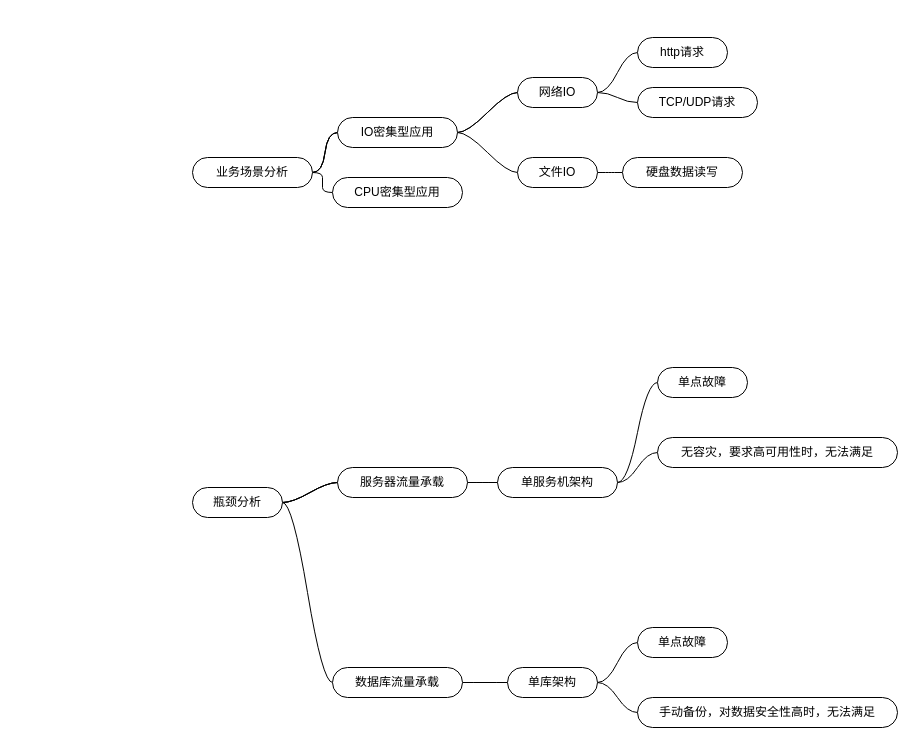
This is 数据表ER图.drawio from jeefs/mindGraph, a draw.io file, before an edit. Source tidied: cells renumbered, new cells numbered last; positions are measured from the earlier drawing's top-left corner, leaving out a move shared by most shapes. Both pictures are drawn from the tidied source at 100%, with x=0, y=0 at pixel (192, 37).
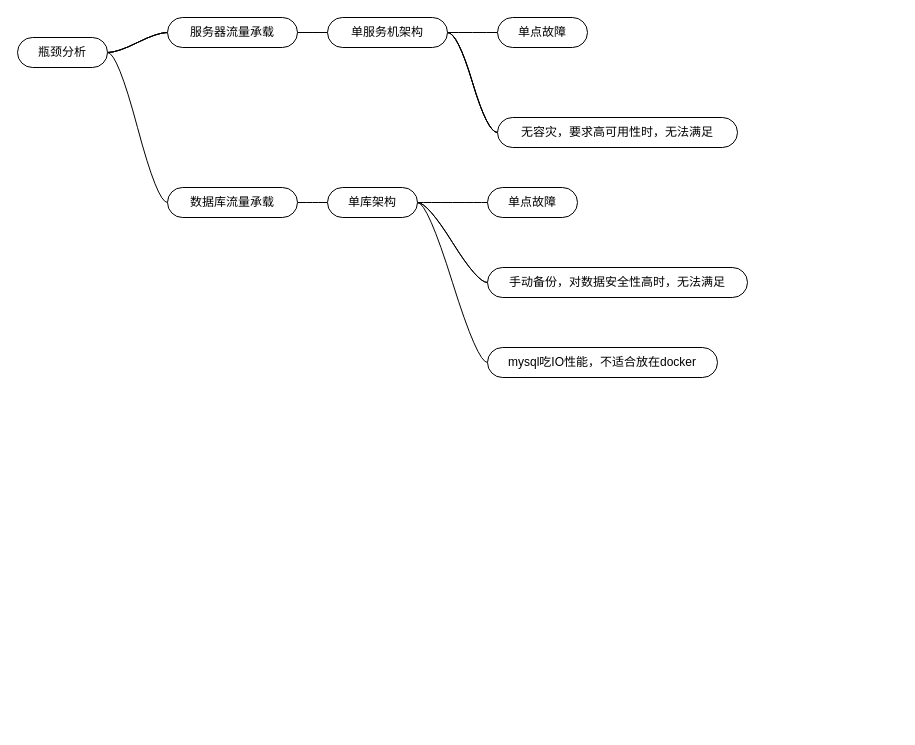
Above is the later version.

Commit message (it also covers changes not shown here):
更新数据表ER图.drawio

What changed in the source:
```diff
@@
-    <mxCell id="2" style="edgeStyle=entityRelationEdgeStyle;rounded=0;jettySize=auto;html=1;startArrow=none;endArrow=none;segment=10;curved=1;sourcePerimeterSpacing=0;targetPerimeterSpacing=0;" parent="1" edge="1" source="6" target="10">
-      <mxGeometry relative="1" as="geometry" />
-    </mxCell>
-    <mxCell id="3" style="edgeStyle=entityRelationEdgeStyle;rounded=0;jettySize=auto;html=1;startArrow=none;endArrow=none;segment=10;curved=1;sourcePerimeterSpacing=0;targetPerimeterSpacing=0;" parent="1" edge="1" source="6" target="10">
-      <mxGeometry relative="1" as="geometry" />
-    </mxCell>
-    <mxCell id="4" style="edgeStyle=entityRelationEdgeStyle;rounded=0;jettySize=auto;html=1;startArrow=none;endArrow=none;segment=10;curved=1;sourcePerimeterSpacing=0;targetPerimeterSpacing=0;" parent="1" edge="1" source="6" target="10">
-      <mxGeometry relative="1" as="geometry" />
-    </mxCell>
-    <mxCell id="5" style="edgeStyle=entityRelationEdgeStyle;rounded=0;jettySize=auto;html=1;startArrow=none;endArrow=none;segment=10;curved=1;sourcePerimeterSpacing=0;targetPerimeterSpacing=0;" parent="1" edge="1" source="6" target="11">
-      <mxGeometry relative="1" as="geometry" />
-    </mxCell>
-    <mxCell id="6" value="业务场景分析" style="whiteSpace=wrap;html=1;rounded=1;arcSize=50;align=center;verticalAlign=middle;strokeWidth=1;spacing=4;newEdgeStyle={&quot;edgeStyle&quot;:&quot;entityRelationEdgeStyle&quot;,&quot;startArrow&quot;:&quot;none&quot;,&quot;endArrow&quot;:&quot;none&quot;,&quot;segment&quot;:10,&quot;curved&quot;:1,&quot;sourcePerimeterSpacing&quot;:0,&quot;targetPerimeterSpacing&quot;:0};" parent="1" vertex="1">
-      <mxGeometry y="120" width="120" height="30" as="geometry" />
-    </mxCell>
-    <mxCell id="7" style="edgeStyle=entityRelationEdgeStyle;rounded=0;jettySize=auto;html=1;startArrow=none;endArrow=none;segment=10;curved=1;sourcePerimeterSpacing=0;targetPerimeterSpacing=0;" parent="1" edge="1" source="10" target="14">
-      <mxGeometry relative="1" as="geometry" />
-    </mxCell>
-    <mxCell id="8" style="edgeStyle=entityRelationEdgeStyle;rounded=0;jettySize=auto;html=1;startArrow=none;endArrow=none;segment=10;curved=1;sourcePerimeterSpacing=0;targetPerimeterSpacing=0;" parent="1" edge="1" source="10" target="14">
-      <mxGeometry relative="1" as="geometry" />
-    </mxCell>
-    <mxCell id="9" style="edgeStyle=entityRelationEdgeStyle;rounded=0;jettySize=auto;html=1;startArrow=none;endArrow=none;segment=10;curved=1;sourcePerimeterSpacing=0;targetPerimeterSpacing=0;" parent="1" edge="1" source="10" target="16">
-      <mxGeometry relative="1" as="geometry" />
-    </mxCell>
-    <mxCell id="10" value="IO密集型应用" style="whiteSpace=wrap;html=1;rounded=1;arcSize=50;align=center;verticalAlign=middle;strokeWidth=1;spacing=4;newEdgeStyle={&quot;edgeStyle&quot;:&quot;entityRelationEdgeStyle&quot;,&quot;startArrow&quot;:&quot;none&quot;,&quot;endArrow&quot;:&quot;none&quot;,&quot;segment&quot;:10,&quot;curved&quot;:1,&quot;sourcePerimeterSpacing&quot;:0,&quot;targetPerimeterSpacing&quot;:0};" parent="1" vertex="1">
-      <mxGeometry x="145" y="80" width="120" height="30" as="geometry" />
-    </mxCell>
-    <mxCell id="11" value="CPU密集型应用" style="whiteSpace=wrap;html=1;rounded=1;arcSize=50;align=center;verticalAlign=middle;strokeWidth=1;spacing=4;newEdgeStyle={&quot;edgeStyle&quot;:&quot;entityRelationEdgeStyle&quot;,&quot;startArrow&quot;:&quot;none&quot;,&quot;endArrow&quot;:&quot;none&quot;,&quot;segment&quot;:10,&quot;curved&quot;:1,&quot;sourcePerimeterSpacing&quot;:0,&quot;targetPerimeterSpacing&quot;:0};" parent="1" vertex="1">
-      <mxGeometry x="140" y="140" width="130" height="30" as="geometry" />
-    </mxCell>
-    <mxCell id="12" style="edgeStyle=entityRelationEdgeStyle;rounded=0;jettySize=auto;html=1;startArrow=none;endArrow=none;segment=10;curved=1;sourcePerimeterSpacing=0;targetPerimeterSpacing=0;" parent="1" edge="1" source="14" target="17">
-      <mxGeometry relative="1" as="geometry" />
-    </mxCell>
-    <mxCell id="13" style="edgeStyle=entityRelationEdgeStyle;rounded=0;jettySize=auto;html=1;startArrow=none;endArrow=none;segment=10;curved=1;sourcePerimeterSpacing=0;targetPerimeterSpacing=0;" parent="1" edge="1" source="14" target="19">
-      <mxGeometry relative="1" as="geometry" />
-    </mxCell>
-    <mxCell id="14" value="网络IO" style="whiteSpace=wrap;html=1;rounded=1;arcSize=50;align=center;verticalAlign=middle;strokeWidth=1;spacing=4;newEdgeStyle={&quot;edgeStyle&quot;:&quot;entityRelationEdgeStyle&quot;,&quot;startArrow&quot;:&quot;none&quot;,&quot;endArrow&quot;:&quot;none&quot;,&quot;segment&quot;:10,&quot;curved&quot;:1,&quot;sourcePerimeterSpacing&quot;:0,&quot;targetPerimeterSpacing&quot;:0};" parent="1" vertex="1">
-      <mxGeometry x="325" y="40" width="80" height="30" as="geometry" />
-    </mxCell>
-    <mxCell id="15" style="edgeStyle=entityRelationEdgeStyle;rounded=0;jettySize=auto;html=1;startArrow=none;endArrow=none;segment=10;curved=1;sourcePerimeterSpacing=0;targetPerimeterSpacing=0;" parent="1" edge="1" source="16" target="18">
-      <mxGeometry relative="1" as="geometry" />
-    </mxCell>
-    <mxCell id="16" value="文件IO" style="whiteSpace=wrap;html=1;rounded=1;arcSize=50;align=center;verticalAlign=middle;strokeWidth=1;spacing=4;newEdgeStyle={&quot;edgeStyle&quot;:&quot;entityRelationEdgeStyle&quot;,&quot;startArrow&quot;:&quot;none&quot;,&quot;endArrow&quot;:&quot;none&quot;,&quot;segment&quot;:10,&quot;curved&quot;:1,&quot;sourcePerimeterSpacing&quot;:0,&quot;targetPerimeterSpacing&quot;:0};" parent="1" vertex="1">
-      <mxGeometry x="325" y="120" width="80" height="30" as="geometry" />
-    </mxCell>
-    <mxCell id="17" value="http请求" style="whiteSpace=wrap;html=1;rounded=1;arcSize=50;align=center;verticalAlign=middle;strokeWidth=1;spacing=4;newEdgeStyle={&quot;edgeStyle&quot;:&quot;entityRelationEdgeStyle&quot;,&quot;startArrow&quot;:&quot;none&quot;,&quot;endArrow&quot;:&quot;none&quot;,&quot;segment&quot;:10,&quot;curved&quot;:1,&quot;sourcePerimeterSpacing&quot;:0,&quot;targetPerimeterSpacing&quot;:0};" parent="1" vertex="1">
-      <mxGeometry x="445" width="90" height="30" as="geometry" />
-    </mxCell>
-    <mxCell id="18" value="硬盘数据读写" style="whiteSpace=wrap;html=1;rounded=1;arcSize=50;align=center;verticalAlign=middle;strokeWidth=1;spacing=4;newEdgeStyle={&quot;edgeStyle&quot;:&quot;entityRelationEdgeStyle&quot;,&quot;startArrow&quot;:&quot;none&quot;,&quot;endArrow&quot;:&quot;none&quot;,&quot;segment&quot;:10,&quot;curved&quot;:1,&quot;sourcePerimeterSpacing&quot;:0,&quot;targetPerimeterSpacing&quot;:0};" parent="1" vertex="1">
-      <mxGeometry x="430" y="120" width="120" height="30" as="geometry" />
-    </mxCell>
-    <mxCell id="19" value="TCP/UDP请求" style="whiteSpace=wrap;html=1;rounded=1;arcSize=50;align=center;verticalAlign=middle;strokeWidth=1;spacing=4;newEdgeStyle={&quot;edgeStyle&quot;:&quot;entityRelationEdgeStyle&quot;,&quot;startArrow&quot;:&quot;none&quot;,&quot;endArrow&quot;:&quot;none&quot;,&quot;segment&quot;:10,&quot;curved&quot;:1,&quot;sourcePerimeterSpacing&quot;:0,&quot;targetPerimeterSpacing&quot;:0};" parent="1" vertex="1">
-      <mxGeometry x="445" y="50" width="120" height="30" as="geometry" />
-    </mxCell>
@@
     <mxCell id="24" value="瓶颈分析" style="whiteSpace=wrap;html=1;rounded=1;arcSize=50;align=center;verticalAlign=middle;strokeWidth=1;spacing=4;newEdgeStyle={&quot;edgeStyle&quot;:&quot;entityRelationEdgeStyle&quot;,&quot;startArrow&quot;:&quot;none&quot;,&quot;endArrow&quot;:&quot;none&quot;,&quot;segment&quot;:10,&quot;curved&quot;:1,&quot;sourcePerimeterSpacing&quot;:0,&quot;targetPerimeterSpacing&quot;:0};" parent="1" vertex="1">
-      <mxGeometry y="450" width="90" height="30" as="geometry" />
+      <mxGeometry x="-175" width="90" height="30" as="geometry" />
     </mxCell>
@@
     <mxCell id="27" value="服务器流量承载" style="whiteSpace=wrap;html=1;rounded=1;arcSize=50;align=center;verticalAlign=middle;strokeWidth=1;spacing=4;newEdgeStyle={&quot;edgeStyle&quot;:&quot;entityRelationEdgeStyle&quot;,&quot;startArrow&quot;:&quot;none&quot;,&quot;endArrow&quot;:&quot;none&quot;,&quot;segment&quot;:10,&quot;curved&quot;:1,&quot;sourcePerimeterSpacing&quot;:0,&quot;targetPerimeterSpacing&quot;:0};" parent="1" vertex="1">
-      <mxGeometry x="145" y="430" width="130" height="30" as="geometry" />
+      <mxGeometry x="-25" y="-20" width="130" height="30" as="geometry" />
     </mxCell>
@@
     <mxCell id="29" value="数据库流量承载" style="whiteSpace=wrap;html=1;rounded=1;arcSize=50;align=center;verticalAlign=middle;strokeWidth=1;spacing=4;newEdgeStyle={&quot;edgeStyle&quot;:&quot;entityRelationEdgeStyle&quot;,&quot;startArrow&quot;:&quot;none&quot;,&quot;endArrow&quot;:&quot;none&quot;,&quot;segment&quot;:10,&quot;curved&quot;:1,&quot;sourcePerimeterSpacing&quot;:0,&quot;targetPerimeterSpacing&quot;:0};" parent="1" vertex="1">
-      <mxGeometry x="140" y="630" width="130" height="30" as="geometry" />
+      <mxGeometry x="-25" y="150" width="130" height="30" as="geometry" />
     </mxCell>
@@
+    <mxCell id="40" style="edgeStyle=entityRelationEdgeStyle;rounded=0;jettySize=auto;html=1;startArrow=none;endArrow=none;segment=10;curved=1;sourcePerimeterSpacing=0;targetPerimeterSpacing=0;" parent="1" edge="1" source="32" target="34">
+      <mxGeometry relative="1" as="geometry" />
+    </mxCell>
+    <mxCell id="41" style="edgeStyle=entityRelationEdgeStyle;rounded=0;jettySize=auto;html=1;startArrow=none;endArrow=none;segment=10;curved=1;sourcePerimeterSpacing=0;targetPerimeterSpacing=0;" parent="1" edge="1" source="32" target="34">
+      <mxGeometry relative="1" as="geometry" />
+    </mxCell>
     <mxCell id="32" value="单服务机架构" style="whiteSpace=wrap;html=1;rounded=1;arcSize=50;align=center;verticalAlign=middle;strokeWidth=1;spacing=4;newEdgeStyle={&quot;edgeStyle&quot;:&quot;entityRelationEdgeStyle&quot;,&quot;startArrow&quot;:&quot;none&quot;,&quot;endArrow&quot;:&quot;none&quot;,&quot;segment&quot;:10,&quot;curved&quot;:1,&quot;sourcePerimeterSpacing&quot;:0,&quot;targetPerimeterSpacing&quot;:0};" parent="1" vertex="1">
-      <mxGeometry x="305" y="430" width="120" height="30" as="geometry" />
+      <mxGeometry x="135" y="-20" width="120" height="30" as="geometry" />
     </mxCell>
     <mxCell id="33" value="单点故障" style="whiteSpace=wrap;html=1;rounded=1;arcSize=50;align=center;verticalAlign=middle;strokeWidth=1;spacing=4;newEdgeStyle={&quot;edgeStyle&quot;:&quot;entityRelationEdgeStyle&quot;,&quot;startArrow&quot;:&quot;none&quot;,&quot;endArrow&quot;:&quot;none&quot;,&quot;segment&quot;:10,&quot;curved&quot;:1,&quot;sourcePerimeterSpacing&quot;:0,&quot;targetPerimeterSpacing&quot;:0};" parent="1" vertex="1">
-      <mxGeometry x="465" y="330" width="90" height="30" as="geometry" />
+      <mxGeometry x="305" y="-20" width="90" height="30" as="geometry" />
     </mxCell>
     <mxCell id="34" value="无容灾，要求高可用性时，无法满足" style="whiteSpace=wrap;html=1;rounded=1;arcSize=50;align=center;verticalAlign=middle;strokeWidth=1;spacing=4;newEdgeStyle={&quot;edgeStyle&quot;:&quot;entityRelationEdgeStyle&quot;,&quot;startArrow&quot;:&quot;none&quot;,&quot;endArrow&quot;:&quot;none&quot;,&quot;segment&quot;:10,&quot;curved&quot;:1,&quot;sourcePerimeterSpacing&quot;:0,&quot;targetPerimeterSpacing&quot;:0};" parent="1" vertex="1">
-      <mxGeometry x="465" y="400" width="240" height="30" as="geometry" />
+      <mxGeometry x="305" y="80" width="240" height="30" as="geometry" />
     </mxCell>
@@
+    <mxCell id="42" style="edgeStyle=entityRelationEdgeStyle;rounded=0;jettySize=auto;html=1;startArrow=none;endArrow=none;segment=10;curved=1;sourcePerimeterSpacing=0;targetPerimeterSpacing=0;" parent="1" edge="1" source="37" target="39">
+      <mxGeometry relative="1" as="geometry" />
+    </mxCell>
+    <mxCell id="43" style="edgeStyle=entityRelationEdgeStyle;rounded=0;jettySize=auto;html=1;startArrow=none;endArrow=none;segment=10;curved=1;sourcePerimeterSpacing=0;targetPerimeterSpacing=0;" parent="1" edge="1" source="37" target="44">
+      <mxGeometry relative="1" as="geometry" />
+    </mxCell>
     <mxCell id="37" value="单库架构" style="whiteSpace=wrap;html=1;rounded=1;arcSize=50;align=center;verticalAlign=middle;strokeWidth=1;spacing=4;newEdgeStyle={&quot;edgeStyle&quot;:&quot;entityRelationEdgeStyle&quot;,&quot;startArrow&quot;:&quot;none&quot;,&quot;endArrow&quot;:&quot;none&quot;,&quot;segment&quot;:10,&quot;curved&quot;:1,&quot;sourcePerimeterSpacing&quot;:0,&quot;targetPerimeterSpacing&quot;:0};" parent="1" vertex="1">
-      <mxGeometry x="315" y="630" width="90" height="30" as="geometry" />
+      <mxGeometry x="135" y="150" width="90" height="30" as="geometry" />
     </mxCell>
     <mxCell id="38" value="单点故障" style="whiteSpace=wrap;html=1;rounded=1;arcSize=50;align=center;verticalAlign=middle;strokeWidth=1;spacing=4;newEdgeStyle={&quot;edgeStyle&quot;:&quot;entityRelationEdgeStyle&quot;,&quot;startArrow&quot;:&quot;none&quot;,&quot;endArrow&quot;:&quot;none&quot;,&quot;segment&quot;:10,&quot;curved&quot;:1,&quot;sourcePerimeterSpacing&quot;:0,&quot;targetPerimeterSpacing&quot;:0};" parent="1" vertex="1">
-      <mxGeometry x="445" y="590" width="90" height="30" as="geometry" />
+      <mxGeometry x="295" y="150" width="90" height="30" as="geometry" />
     </mxCell>
     <mxCell id="39" value="手动备份，对数据安全性高时，无法满足" style="whiteSpace=wrap;html=1;rounded=1;arcSize=50;align=center;verticalAlign=middle;strokeWidth=1;spacing=4;newEdgeStyle={&quot;edgeStyle&quot;:&quot;entityRelationEdgeStyle&quot;,&quot;startArrow&quot;:&quot;none&quot;,&quot;endArrow&quot;:&quot;none&quot;,&quot;segment&quot;:10,&quot;curved&quot;:1,&quot;sourcePerimeterSpacing&quot;:0,&quot;targetPerimeterSpacing&quot;:0};" parent="1" vertex="1">
-      <mxGeometry x="445" y="660" width="260" height="30" as="geometry" />
+      <mxGeometry x="295" y="230" width="260" height="30" as="geometry" />
     </mxCell>
+    <mxCell id="44" value="mysql吃IO性能，不适合放在docker" style="whiteSpace=wrap;html=1;rounded=1;arcSize=50;align=center;verticalAlign=middle;strokeWidth=1;spacing=4;newEdgeStyle={&quot;edgeStyle&quot;:&quot;entityRelationEdgeStyle&quot;,&quot;startArrow&quot;:&quot;none&quot;,&quot;endArrow&quot;:&quot;none&quot;,&quot;segment&quot;:10,&quot;curved&quot;:1,&quot;sourcePerimeterSpacing&quot;:0,&quot;targetPerimeterSpacing&quot;:0};" parent="1" vertex="1">
+      <mxGeometry x="295" y="310" width="230" height="30" as="geometry" />
+    </mxCell>
```
